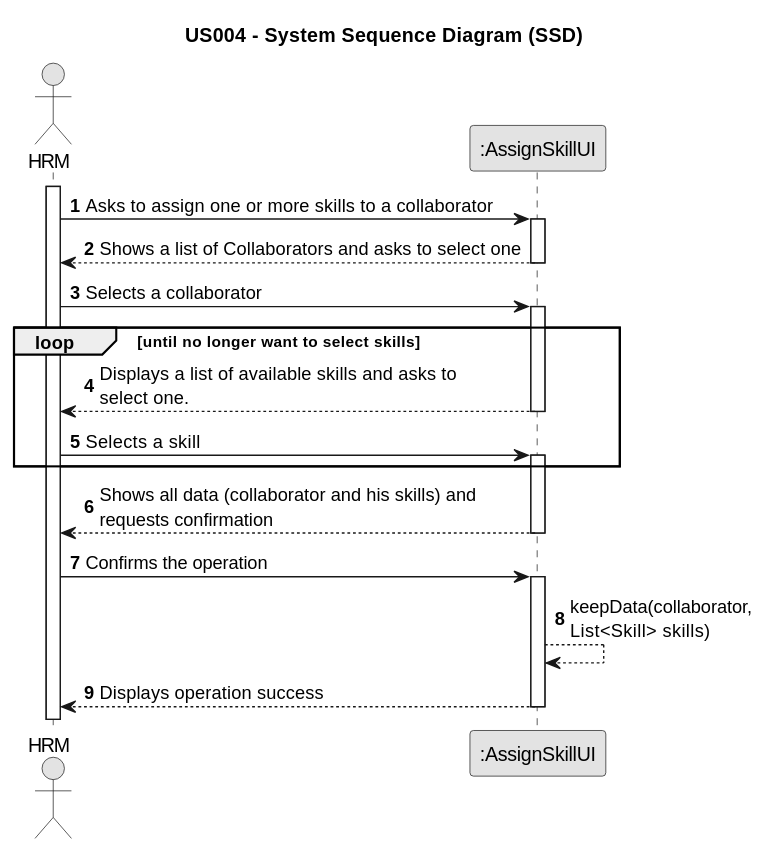
This is docs/sprintB/us004/01.requirements-engineering/svg/us004-system-sequence-diagram.svg from Rui-San/LAPR2_2023_2024, a PlantUML export, as it was before one commit. Its diagram source:
```plantuml
@startuml
skinparam monochrome true
skinparam packageStyle rectangle
skinparam shadowing false

title US004 - System Sequence Diagram (SSD)

autonumber

actor "HRM" as Employee
participant ":AssignSkillUI" as System

activate Employee

    Employee -> System : Asks to assign one or more skills to a collaborator
    activate System

        System --> Employee : Shows a list of Collaborators and asks to select one
    deactivate System

    Employee -> System : Selects a collaborator

    loop until no longer want to select skills

    activate System

        System --> Employee : Displays a list of available skills and asks to \nselect one.
    deactivate System

    Employee -> System : Selects a skill


    activate System
    end

        System --> Employee : Shows all data (collaborator and his skills) and \nrequests confirmation
    deactivate System

    Employee -> System : Confirms the operation
    activate System
        System --> System : keepData(collaborator,\nList<Skill> skills)
        System --> Employee : Displays operation success
    deactivate System
@enduml
```
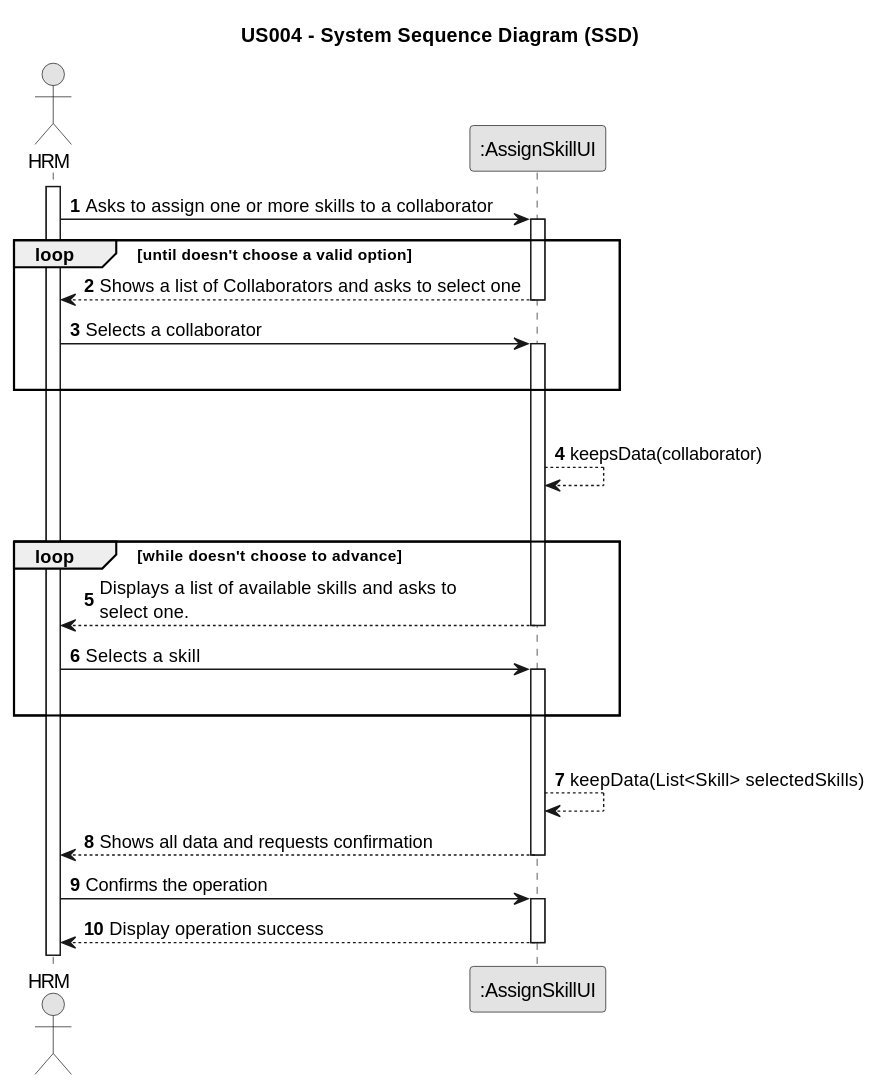
Above is the later version.

Commit message:
US004 - Added loop for choosing a collaborator option on System Sequence and fixed SSD based on System Sequence changes (updated both svgs)

Change to the diagram source:
```diff
@@ -7,38 +7,53 @@
 
 autonumber
 
-actor "HRM" as Employee
-participant ":AssignSkillUI" as System
-
-activate Employee
-
-    Employee -> System : Asks to assign one or more skills to a collaborator
-    activate System
-
-        System --> Employee : Shows a list of Collaborators and asks to select one
-    deactivate System
-
-    Employee -> System : Selects a collaborator
-
-    loop until no longer want to select skills
-
-    activate System
-
-        System --> Employee : Displays a list of available skills and asks to \nselect one.
-    deactivate System
-
-    Employee -> System : Selects a skill
+actor "HRM" as HRM
+participant ":AssignSkillUI" as UI
 
 
-    activate System
+activate HRM
+
+    HRM -> UI : Asks to assign one or more skills to a collaborator
+
+    activate UI
+
+            loop until doesn't choose a valid option
+
+        UI --> HRM : Shows a list of Collaborators and asks to select one
+
+    deactivate UI
+
+
+    HRM -> UI : Selects a collaborator
+    activate UI
+    |||
     end
+|||
 
-        System --> Employee : Shows all data (collaborator and his skills) and \nrequests confirmation
-    deactivate System
+    UI --> UI : keepsData(collaborator)
 
-    Employee -> System : Confirms the operation
-    activate System
-        System --> System : keepData(collaborator,\nList<Skill> skills)
-        System --> Employee : Displays operation success
-    deactivate System
+    |||
+
+        loop while doesn't choose to advance
+
+            UI --> HRM : Displays a list of available skills and asks to \nselect one.
+    deactivate UI
+
+        HRM -> UI : Selects a skill
+        |||
+
+    activate UI
+
+        end
+        |||
+        UI --> UI : keepData(List<Skill> selectedSkills)
+
+        UI --> HRM : Shows all data and requests confirmation
+    deactivate UI
+
+    HRM -> UI : Confirms the operation
+    activate UI
+
+     UI --> HRM : Display operation success
+     deactivate UI
 @enduml
```
